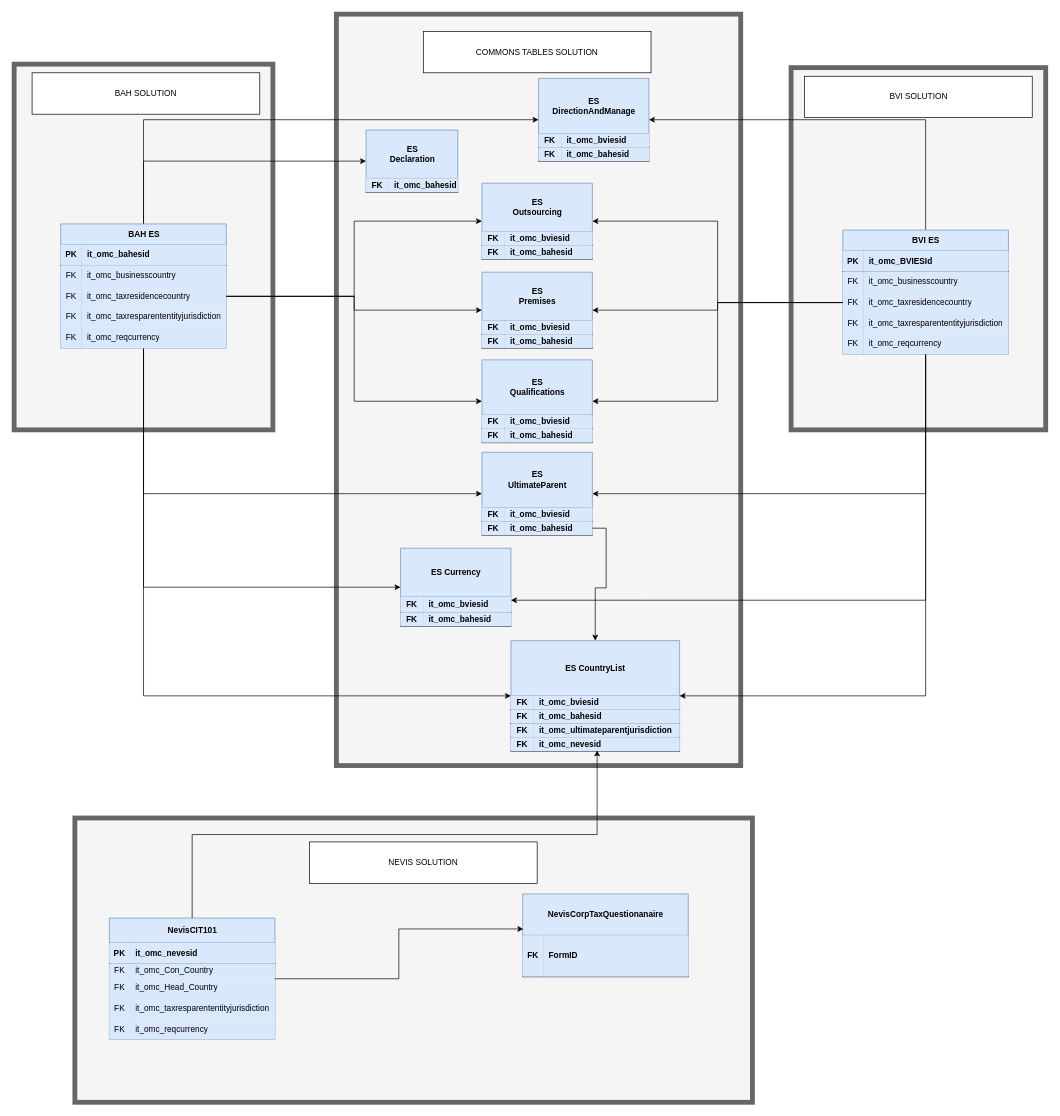
This is Diagrama-BD-Formularios-Especiales.drawio from susgleik/diagrams, a draw.io file, before an edit. Source tidied: cells renumbered, new cells numbered last; positions are measured from the earlier drawing's top-left corner, leaving out a move shared by most shapes. Both pictures are drawn from the tidied source at 69%, with x=0, y=0 at pixel (14, 14).
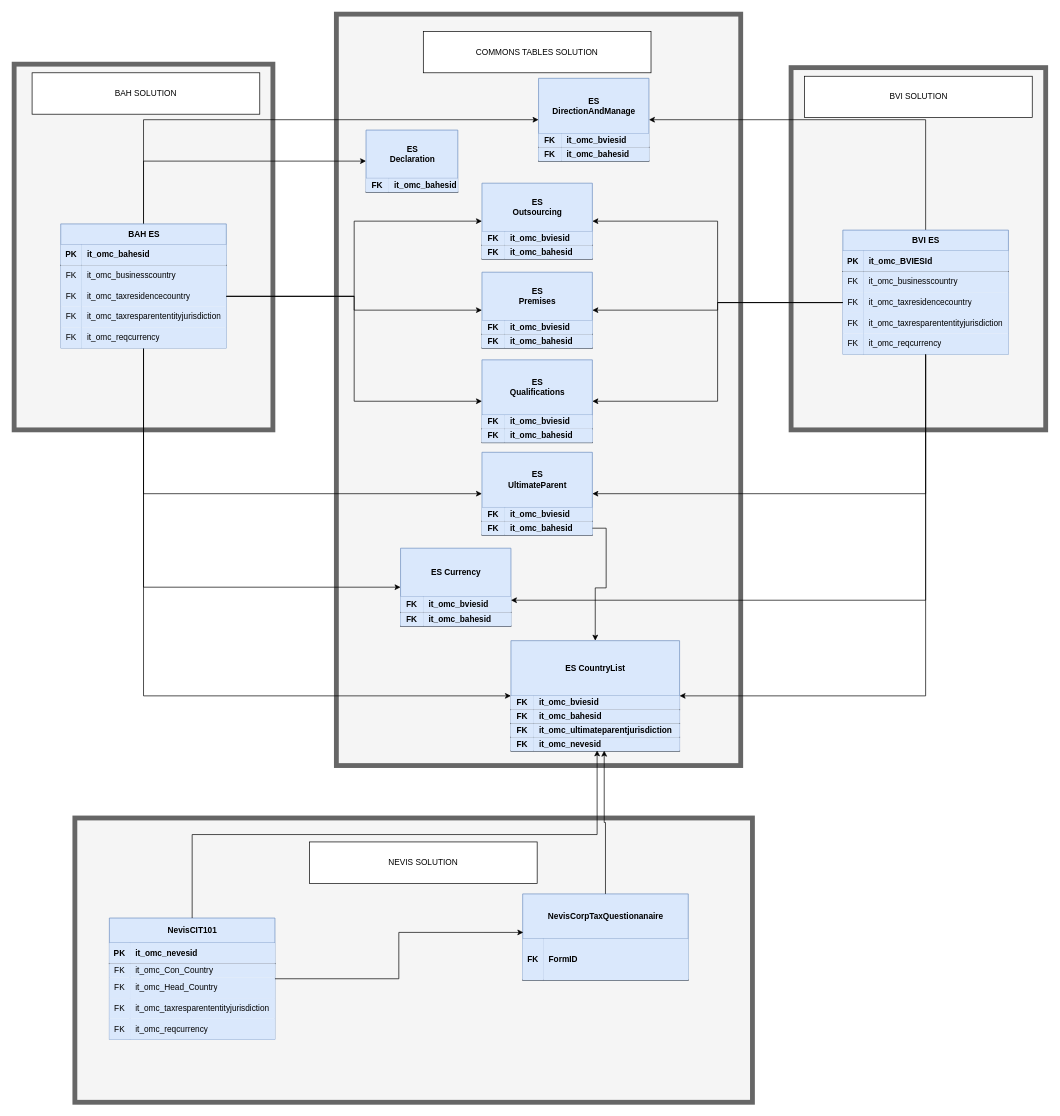
The same page after the edit.

The change refers to these unchanged cells:
```xml
<mxCell id="96" style="shape=tableRow;horizontal=0;startSize=0;swimlaneHead=0;swimlaneBody=0;fillColor=none;points=[[0,0.5],[1,0.5]];portConstraint=eastwest;top=0;left=0;right=0;bottom=1;" parent="86" vertex="1">
  <mxGeometry y="140" width="244.4" height="20" as="geometry" />
</mxCell>
```

The edit, as a diff of the source:
```diff
@@
-    <mxCell id="123" value="NevisCorpTaxQuestionanaire" style="shape=table;startSize=60;childLayout=tableLayout;rowLines=0;fontStyle=1;align=center;html=1;fillColor=#dae8fc;strokeColor=#6c8ebf;" parent="1" vertex="1">
-      <mxGeometry x="737" y="1275" width="240" height="120" as="geometry" />
+    <mxCell id="123" value="NevisCorpTaxQuestionanaire" style="shape=table;startSize=65;childLayout=tableLayout;rowLines=0;fontStyle=1;align=center;html=1;fillColor=#dae8fc;strokeColor=#6c8ebf;" parent="1" vertex="1">
+      <mxGeometry x="737" y="1275" width="240" height="125" as="geometry" />
     </mxCell>
     <mxCell id="124" style="shape=tableRow;horizontal=0;startSize=0;swimlaneHead=0;swimlaneBody=0;fillColor=none;points=[[0,0.5],[1,0.5]];portConstraint=eastwest;top=0;left=0;right=0;bottom=1;" parent="123" vertex="1">
-      <mxGeometry y="60" width="240" height="60" as="geometry" />
+      <mxGeometry y="65" width="240" height="60" as="geometry" />
     </mxCell>
@@
+    <mxCell id="139" style="edgeStyle=orthogonalEdgeStyle;rounded=0;jettySize=auto;html=1;exitX=0.5;exitY=0;exitDx=0;exitDy=0;entryX=0.553;entryY=0.973;entryDx=0;entryDy=0;entryPerimeter=0;" parent="1" edge="1" source="123" target="96">
+      <mxGeometry relative="1" as="geometry" />
+    </mxCell>
```
